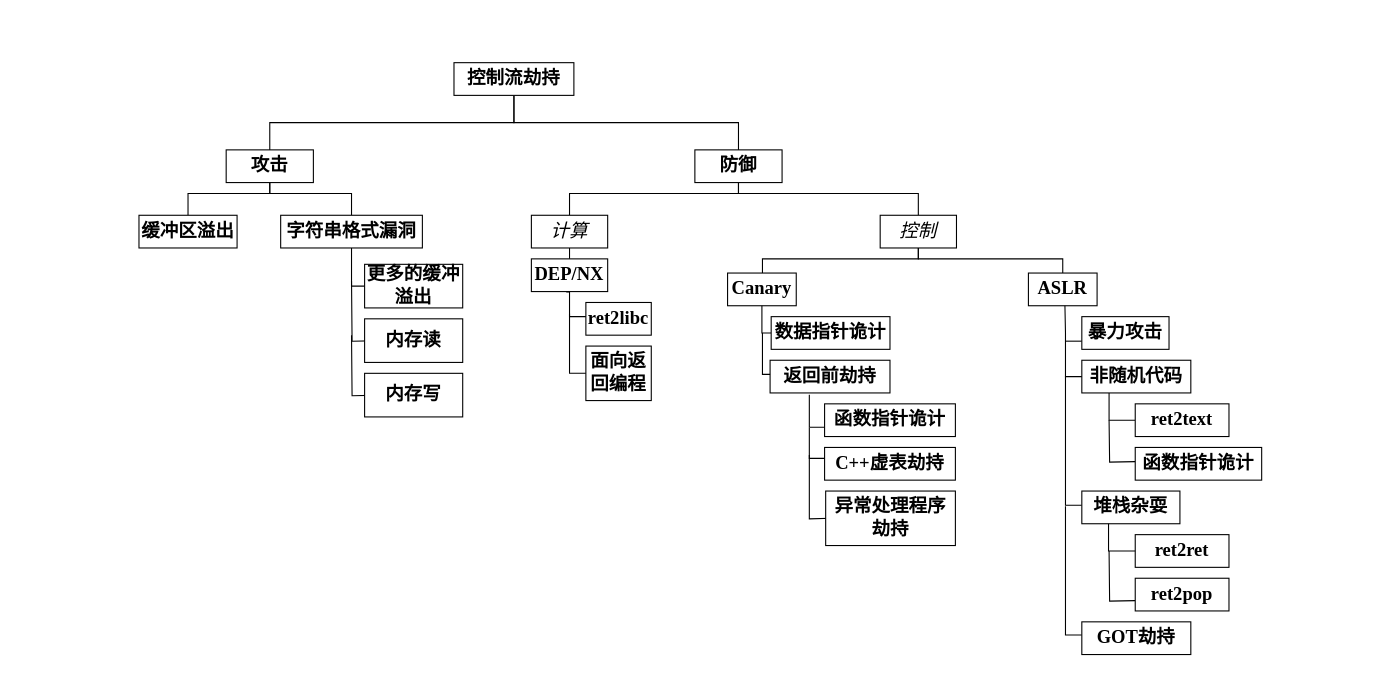
Earlier version of the draw.io diagram picture two.drawio (ZKX64/Textbook-graph). Source tidied: cells renumbered, new cells numbered last; positions are measured from the earlier drawing's top-left corner, leaving out a move shared by most shapes. Both pictures are drawn from the tidied source at 109%, with x=0, y=0 at pixel (19, 19).
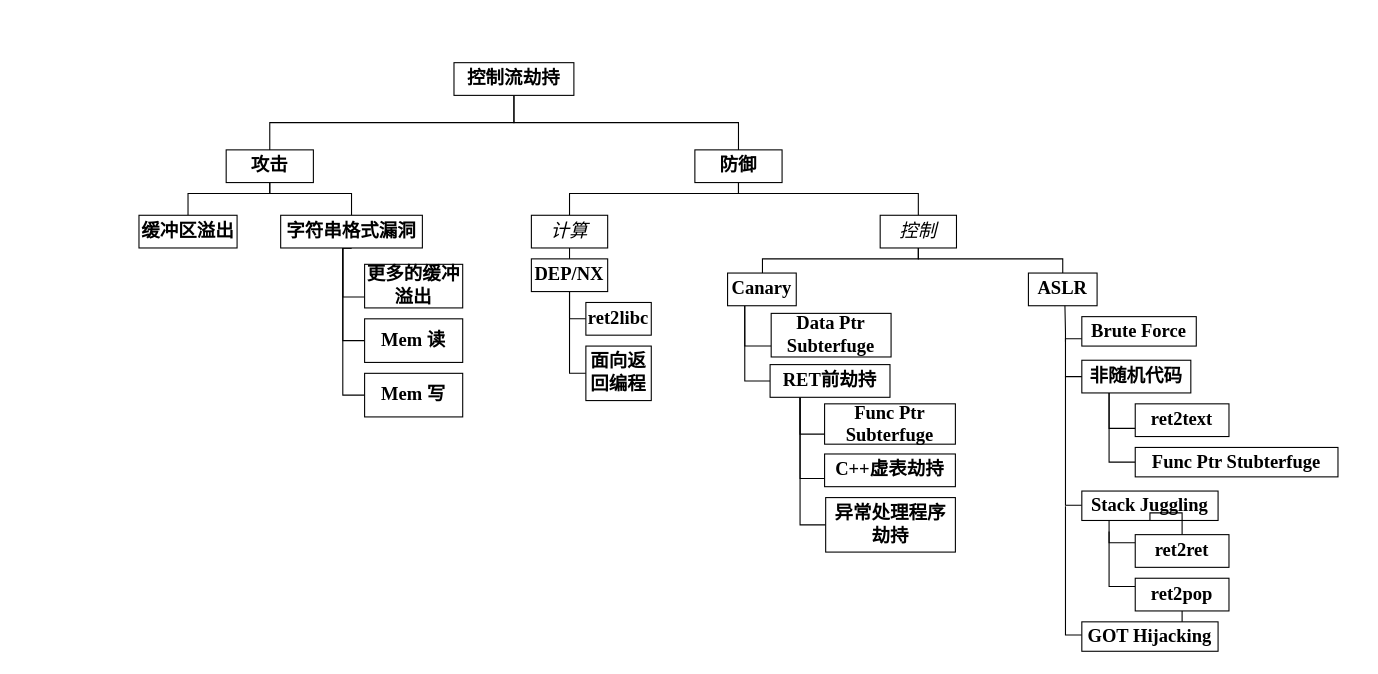
The same diagram, later.

Unchanged cells that the change refers to:
```xml
<mxCell id="12" value="&lt;b&gt;字符串格式漏洞&lt;/b&gt;" style="rounded=0;whiteSpace=wrap;html=1;fontFamily=Times New Roman;fontSize=17;" parent="1" vertex="1">
  <mxGeometry x="240" y="180" width="130" height="30" as="geometry" />
</mxCell>
<mxCell id="14" value="&lt;b&gt;更多的缓冲溢出&lt;/b&gt;" style="rounded=0;whiteSpace=wrap;html=1;fontFamily=Times New Roman;fontSize=17;" parent="1" vertex="1">
  <mxGeometry x="317" y="225" width="90" height="40" as="geometry" />
</mxCell>
<mxCell id="24" value="&lt;b&gt;DEP/NX&lt;/b&gt;" style="rounded=0;whiteSpace=wrap;html=1;fontFamily=Times New Roman;fontSize=17;" parent="1" vertex="1">
  <mxGeometry x="470" y="220" width="70" height="30" as="geometry" />
</mxCell>
<mxCell id="26" value="&lt;b&gt;Canary&lt;/b&gt;" style="rounded=0;whiteSpace=wrap;html=1;fontFamily=Times New Roman;fontSize=17;" parent="1" vertex="1">
  <mxGeometry x="650" y="233" width="63" height="30" as="geometry" />
</mxCell>
<mxCell id="28" value="&lt;b&gt;ret2libc&lt;/b&gt;" style="rounded=0;whiteSpace=wrap;html=1;fontFamily=Times New Roman;fontSize=17;" parent="1" vertex="1">
  <mxGeometry x="520" y="260" width="60" height="30" as="geometry" />
</mxCell>
<mxCell id="30" value="&lt;b&gt;面向返回编程&lt;/b&gt;" style="rounded=0;whiteSpace=wrap;html=1;fontFamily=Times New Roman;fontSize=17;" parent="1" vertex="1">
  <mxGeometry x="520" y="300" width="60" height="50" as="geometry" />
</mxCell>
<mxCell id="42" value="&lt;b&gt;非随机代码&lt;/b&gt;" style="rounded=0;whiteSpace=wrap;html=1;fontFamily=Times New Roman;fontSize=17;" parent="1" vertex="1">
  <mxGeometry x="975" y="313" width="100" height="30" as="geometry" />
</mxCell>
<mxCell id="44" value="&lt;b&gt;ret2text&lt;/b&gt;" style="rounded=0;whiteSpace=wrap;html=1;fontFamily=Times New Roman;fontSize=17;" parent="1" vertex="1">
  <mxGeometry x="1024" y="353" width="86" height="30" as="geometry" />
</mxCell>
<mxCell id="50" value="&lt;b&gt;ret2ret&lt;/b&gt;" style="rounded=0;whiteSpace=wrap;html=1;fontFamily=Times New Roman;fontSize=17;" parent="1" vertex="1">
  <mxGeometry x="1024" y="473" width="86" height="30" as="geometry" />
</mxCell>
<mxCell id="52" value="&lt;b&gt;ret2pop&lt;/b&gt;" style="rounded=0;whiteSpace=wrap;html=1;fontFamily=Times New Roman;fontSize=17;" parent="1" vertex="1">
  <mxGeometry x="1024" y="513" width="86" height="30" as="geometry" />
</mxCell>
```

What changed in the source:
```diff
@@
+    <mxCell id="59" style="edgeStyle=orthogonalEdgeStyle;rounded=0;jettySize=auto;html=1;exitX=0.5;exitY=1;exitDx=0;exitDy=0;entryX=0;entryY=0.75;entryDx=0;entryDy=0;strokeColor=default;fontFamily=Times New Roman;fontSize=17;endArrow=none;endFill=0;" parent="1" edge="1" source="12" target="14">
+      <mxGeometry relative="1" as="geometry">
+        <Array as="points">
+          <mxPoint x="297" y="210" />
+          <mxPoint x="297" y="255" />
+        </Array>
+      </mxGeometry>
+    </mxCell>
+    <mxCell id="60" style="edgeStyle=orthogonalEdgeStyle;rounded=0;jettySize=auto;html=1;exitX=0.5;exitY=1;exitDx=0;exitDy=0;entryX=0;entryY=0.5;entryDx=0;entryDy=0;strokeColor=default;fontFamily=Times New Roman;fontSize=17;endArrow=none;endFill=0;" parent="1" edge="1" source="12" target="16">
+      <mxGeometry relative="1" as="geometry">
+        <Array as="points">
+          <mxPoint x="297" y="210" />
+          <mxPoint x="297" y="295" />
+        </Array>
+      </mxGeometry>
+    </mxCell>
+    <mxCell id="61" style="edgeStyle=orthogonalEdgeStyle;rounded=0;jettySize=auto;html=1;exitX=0.5;exitY=1;exitDx=0;exitDy=0;entryX=0;entryY=0.5;entryDx=0;entryDy=0;strokeColor=default;fontFamily=Times New Roman;fontSize=17;endArrow=none;endFill=0;" parent="1" edge="1" source="12" target="18">
+      <mxGeometry relative="1" as="geometry">
+        <Array as="points">
+          <mxPoint x="297" y="210" />
+          <mxPoint x="297" y="345" />
+        </Array>
+      </mxGeometry>
+    </mxCell>
@@
-    <mxCell id="13" style="edgeStyle=orthogonalEdgeStyle;rounded=0;jettySize=auto;html=1;exitX=0;exitY=0.5;exitDx=0;exitDy=0;entryX=0.5;entryY=1;entryDx=0;entryDy=0;strokeColor=default;fontFamily=Times New Roman;fontSize=17;endArrow=none;endFill=0;" parent="1" edge="1" source="14" target="12">
-      <mxGeometry relative="1" as="geometry" />
-    </mxCell>
@@
-    <mxCell id="15" style="edgeStyle=orthogonalEdgeStyle;rounded=0;orthogonalLoop=1;jettySize=auto;html=1;exitX=0;exitY=0.5;exitDx=0;exitDy=0;strokeColor=default;fontFamily=Times New Roman;fontSize=17;endArrow=none;endFill=0;" parent="1" edge="1">
-      <mxGeometry relative="1" as="geometry">
-        <mxPoint x="332" y="295" as="sourcePoint" />
-        <mxPoint x="305" y="240" as="targetPoint" />
-      </mxGeometry>
-    </mxCell>
-    <mxCell id="16" value="&lt;b&gt;内存读&lt;/b&gt;" style="rounded=0;whiteSpace=wrap;html=1;fontFamily=Times New Roman;fontSize=17;" parent="1" vertex="1">
+    <mxCell id="16" value="&lt;b&gt;Mem 读&lt;/b&gt;" style="rounded=0;whiteSpace=wrap;html=1;fontFamily=Times New Roman;fontSize=17;" parent="1" vertex="1">
       <mxGeometry x="317" y="275" width="90" height="40" as="geometry" />
     </mxCell>
-    <mxCell id="17" style="edgeStyle=orthogonalEdgeStyle;rounded=0;orthogonalLoop=1;jettySize=auto;html=1;exitX=0;exitY=0.5;exitDx=0;exitDy=0;strokeColor=default;fontFamily=Times New Roman;fontSize=17;endArrow=none;endFill=0;" parent="1" edge="1">
-      <mxGeometry relative="1" as="geometry">
-        <mxPoint x="332" y="345" as="sourcePoint" />
-        <mxPoint x="305" y="290" as="targetPoint" />
-      </mxGeometry>
-    </mxCell>
-    <mxCell id="18" value="&lt;b&gt;内存写&lt;/b&gt;" style="rounded=0;whiteSpace=wrap;html=1;fontFamily=Times New Roman;fontSize=17;" parent="1" vertex="1">
+    <mxCell id="18" value="&lt;b&gt;Mem 写&lt;/b&gt;" style="rounded=0;whiteSpace=wrap;html=1;fontFamily=Times New Roman;fontSize=17;" parent="1" vertex="1">
       <mxGeometry x="317" y="325" width="90" height="40" as="geometry" />
     </mxCell>
@@
+    <mxCell id="62" style="edgeStyle=orthogonalEdgeStyle;rounded=0;jettySize=auto;html=1;exitX=0.25;exitY=1;exitDx=0;exitDy=0;entryX=0;entryY=0.5;entryDx=0;entryDy=0;strokeColor=default;fontFamily=Times New Roman;fontSize=17;endArrow=none;endFill=0;" parent="1" edge="1" source="24" target="28">
+      <mxGeometry relative="1" as="geometry">
+        <Array as="points">
+          <mxPoint x="505" y="250" />
+          <mxPoint x="505" y="275" />
+        </Array>
+      </mxGeometry>
+    </mxCell>
+    <mxCell id="63" style="edgeStyle=orthogonalEdgeStyle;rounded=0;jettySize=auto;html=1;exitX=0.5;exitY=1;exitDx=0;exitDy=0;entryX=0;entryY=0.5;entryDx=0;entryDy=0;strokeColor=default;fontFamily=Times New Roman;fontSize=17;endArrow=none;endFill=0;" parent="1" edge="1" source="24" target="30">
+      <mxGeometry relative="1" as="geometry">
+        <Array as="points">
+          <mxPoint x="505" y="325" />
+        </Array>
+      </mxGeometry>
+    </mxCell>
@@
+    <mxCell id="64" style="edgeStyle=orthogonalEdgeStyle;rounded=0;jettySize=auto;html=1;exitX=0.25;exitY=1;exitDx=0;exitDy=0;entryX=0;entryY=0.75;entryDx=0;entryDy=0;strokeColor=default;fontFamily=Times New Roman;fontSize=17;endArrow=none;endFill=0;" parent="1" edge="1" source="26" target="56">
+      <mxGeometry relative="1" as="geometry" />
+    </mxCell>
+    <mxCell id="65" style="edgeStyle=orthogonalEdgeStyle;rounded=0;jettySize=auto;html=1;exitX=0.25;exitY=1;exitDx=0;exitDy=0;entryX=0;entryY=0.5;entryDx=0;entryDy=0;strokeColor=default;fontFamily=Times New Roman;fontSize=17;endArrow=none;endFill=0;" parent="1" edge="1" source="26" target="32">
+      <mxGeometry relative="1" as="geometry" />
+    </mxCell>
@@
-    <mxCell id="27" style="edgeStyle=orthogonalEdgeStyle;rounded=0;orthogonalLoop=1;jettySize=auto;html=1;exitX=0;exitY=0.5;exitDx=0;exitDy=0;entryX=0.386;entryY=1.078;entryDx=0;entryDy=0;entryPerimeter=0;strokeColor=default;fontFamily=Times New Roman;fontSize=17;endArrow=none;endFill=0;" parent="1" edge="1">
-      <mxGeometry relative="1" as="geometry">
-        <mxPoint x="525" y="273" as="sourcePoint" />
-        <mxPoint x="502" y="250.3" as="targetPoint" />
-        <Array as="points">
-          <mxPoint x="505" y="273" />
-          <mxPoint x="505" y="250" />
-        </Array>
-      </mxGeometry>
-    </mxCell>
@@
-    <mxCell id="29" style="edgeStyle=orthogonalEdgeStyle;rounded=0;orthogonalLoop=1;jettySize=auto;html=1;exitX=0;exitY=0.5;exitDx=0;exitDy=0;strokeColor=default;fontFamily=Times New Roman;fontSize=17;endArrow=none;endFill=0;" parent="1" edge="1">
-      <mxGeometry relative="1" as="geometry">
-        <mxPoint x="535" y="325" as="sourcePoint" />
-        <mxPoint x="505" y="270" as="targetPoint" />
-        <Array as="points">
-          <mxPoint x="505" y="325" />
-        </Array>
-      </mxGeometry>
-    </mxCell>
@@
-    <mxCell id="31" style="edgeStyle=orthogonalEdgeStyle;rounded=0;orthogonalLoop=1;jettySize=auto;html=1;exitX=0;exitY=0.5;exitDx=0;exitDy=0;strokeColor=default;fontFamily=Times New Roman;fontSize=17;endArrow=none;endFill=0;" parent="1" edge="1">
-      <mxGeometry relative="1" as="geometry">
-        <mxPoint x="691" y="326" as="sourcePoint" />
-        <mxPoint x="682" y="288" as="targetPoint" />
-      </mxGeometry>
-    </mxCell>
+    <mxCell id="66" style="edgeStyle=orthogonalEdgeStyle;rounded=0;jettySize=auto;html=1;exitX=0.25;exitY=1;exitDx=0;exitDy=0;entryX=0;entryY=0.75;entryDx=0;entryDy=0;strokeColor=default;fontFamily=Times New Roman;fontSize=17;endArrow=none;endFill=0;" parent="1" edge="1" source="32" target="34">
+      <mxGeometry relative="1" as="geometry" />
+    </mxCell>
+    <mxCell id="67" style="edgeStyle=orthogonalEdgeStyle;rounded=0;jettySize=auto;html=1;exitX=0.25;exitY=1;exitDx=0;exitDy=0;entryX=0;entryY=0.75;entryDx=0;entryDy=0;strokeColor=default;fontFamily=Times New Roman;fontSize=17;endArrow=none;endFill=0;" parent="1" edge="1" source="32" target="36">
+      <mxGeometry relative="1" as="geometry" />
+    </mxCell>
+    <mxCell id="68" style="edgeStyle=orthogonalEdgeStyle;rounded=0;jettySize=auto;html=1;exitX=0.25;exitY=1;exitDx=0;exitDy=0;entryX=0;entryY=0.5;entryDx=0;entryDy=0;strokeColor=default;fontFamily=Times New Roman;fontSize=17;endArrow=none;endFill=0;" parent="1" edge="1" source="32" target="38">
+      <mxGeometry relative="1" as="geometry" />
+    </mxCell>
-    <mxCell id="32" value="&lt;b&gt;返回前劫持&lt;/b&gt;" style="rounded=0;whiteSpace=wrap;html=1;fontFamily=Times New Roman;fontSize=17;" parent="1" vertex="1">
-      <mxGeometry x="689" y="313" width="110" height="30" as="geometry" />
+    <mxCell id="32" value="&lt;b&gt;RET前劫持&lt;/b&gt;" style="rounded=0;whiteSpace=wrap;html=1;fontFamily=Times New Roman;fontSize=17;" parent="1" vertex="1">
+      <mxGeometry x="689" y="317" width="110" height="30" as="geometry" />
     </mxCell>
-    <mxCell id="33" style="edgeStyle=orthogonalEdgeStyle;rounded=0;orthogonalLoop=1;jettySize=auto;html=1;exitX=0;exitY=0.75;exitDx=0;exitDy=0;entryX=0.327;entryY=1.089;entryDx=0;entryDy=0;entryPerimeter=0;strokeColor=default;fontFamily=Times New Roman;fontSize=17;endArrow=none;endFill=0;" parent="1" edge="1">
-      <mxGeometry relative="1" as="geometry">
-        <mxPoint x="739" y="374.5" as="sourcePoint" />
-        <mxPoint x="725" y="344.7" as="targetPoint" />
-      </mxGeometry>
-    </mxCell>
-    <mxCell id="34" value="&lt;b&gt;函数指针诡计&lt;/b&gt;" style="rounded=0;whiteSpace=wrap;html=1;fontFamily=Times New Roman;fontSize=17;" parent="1" vertex="1">
-      <mxGeometry x="739" y="353" width="120" height="30" as="geometry" />
+    <mxCell id="34" value="&lt;b&gt;Func Ptr Subterfuge&lt;/b&gt;" style="rounded=0;whiteSpace=wrap;html=1;fontFamily=Times New Roman;fontSize=17;" parent="1" vertex="1">
+      <mxGeometry x="739" y="353" width="120" height="37" as="geometry" />
     </mxCell>
-    <mxCell id="35" style="edgeStyle=orthogonalEdgeStyle;rounded=0;orthogonalLoop=1;jettySize=auto;html=1;exitX=0;exitY=0.5;exitDx=0;exitDy=0;strokeColor=default;fontFamily=Times New Roman;fontSize=17;endArrow=none;endFill=0;" parent="1" edge="1">
-      <mxGeometry relative="1" as="geometry">
-        <mxPoint x="744" y="403" as="sourcePoint" />
-        <mxPoint x="725" y="375" as="targetPoint" />
-      </mxGeometry>
-    </mxCell>
     <mxCell id="36" value="&lt;b&gt;C++虚表劫持&lt;/b&gt;" style="rounded=0;whiteSpace=wrap;html=1;fontFamily=Times New Roman;fontSize=17;" parent="1" vertex="1">
-      <mxGeometry x="739" y="393" width="120" height="30" as="geometry" />
+      <mxGeometry x="739" y="399" width="120" height="30" as="geometry" />
     </mxCell>
-    <mxCell id="37" style="edgeStyle=orthogonalEdgeStyle;rounded=0;orthogonalLoop=1;jettySize=auto;html=1;exitX=0;exitY=0.5;exitDx=0;exitDy=0;strokeColor=default;fontFamily=Times New Roman;fontSize=17;endArrow=none;endFill=0;" parent="1" edge="1">
-      <mxGeometry relative="1" as="geometry">
-        <mxPoint x="745" y="458" as="sourcePoint" />
-        <mxPoint x="725" y="400" as="targetPoint" />
-      </mxGeometry>
-    </mxCell>
     <mxCell id="38" value="&lt;b&gt;异常处理程序劫持&lt;/b&gt;" style="rounded=0;whiteSpace=wrap;html=1;fontFamily=Times New Roman;fontSize=17;" parent="1" vertex="1">
-      <mxGeometry x="740" y="433" width="119" height="50" as="geometry" />
+      <mxGeometry x="740" y="439" width="119" height="50" as="geometry" />
     </mxCell>
@@
-    <mxCell id="40" value="&lt;b&gt;暴力攻击&lt;/b&gt;" style="rounded=0;whiteSpace=wrap;html=1;fontFamily=Times New Roman;fontSize=17;" parent="1" vertex="1">
-      <mxGeometry x="975" y="273" width="80" height="30" as="geometry" />
+    <mxCell id="40" value="&lt;b&gt;Brute Force&lt;/b&gt;" style="rounded=0;whiteSpace=wrap;html=1;fontFamily=Times New Roman;fontSize=17;" parent="1" vertex="1">
+      <mxGeometry x="975" y="273" width="105" height="27" as="geometry" />
     </mxCell>
@@
+    <mxCell id="69" style="edgeStyle=orthogonalEdgeStyle;rounded=0;jettySize=auto;html=1;exitX=0.25;exitY=1;exitDx=0;exitDy=0;entryX=0;entryY=0.75;entryDx=0;entryDy=0;strokeColor=default;fontFamily=Times New Roman;fontSize=17;endArrow=none;endFill=0;" parent="1" edge="1" source="42" target="44">
+      <mxGeometry relative="1" as="geometry" />
+    </mxCell>
+    <mxCell id="70" style="edgeStyle=orthogonalEdgeStyle;rounded=0;jettySize=auto;html=1;exitX=0.25;exitY=1;exitDx=0;exitDy=0;entryX=0;entryY=0.5;entryDx=0;entryDy=0;strokeColor=default;fontFamily=Times New Roman;fontSize=17;endArrow=none;endFill=0;" parent="1" edge="1" source="42" target="46">
+      <mxGeometry relative="1" as="geometry" />
+    </mxCell>
@@
-    <mxCell id="43" style="edgeStyle=orthogonalEdgeStyle;rounded=0;jettySize=auto;html=1;exitX=0;exitY=0.5;exitDx=0;exitDy=0;entryX=0.25;entryY=1;entryDx=0;entryDy=0;strokeColor=default;fontFamily=Times New Roman;fontSize=17;endArrow=none;endFill=0;" parent="1" edge="1" source="44" target="42">
-      <mxGeometry relative="1" as="geometry" />
-    </mxCell>
@@
-    <mxCell id="45" style="edgeStyle=orthogonalEdgeStyle;rounded=0;orthogonalLoop=1;jettySize=auto;html=1;exitX=0;exitY=0.5;exitDx=0;exitDy=0;strokeColor=default;fontFamily=Times New Roman;fontSize=17;endArrow=none;endFill=0;" parent="1" edge="1">
-      <mxGeometry relative="1" as="geometry">
-        <mxPoint x="1024" y="406" as="sourcePoint" />
-        <mxPoint x="1000" y="368" as="targetPoint" />
-      </mxGeometry>
-    </mxCell>
-    <mxCell id="46" value="&lt;b&gt;函数指针诡计&lt;/b&gt;" style="rounded=0;whiteSpace=wrap;html=1;fontFamily=Times New Roman;fontSize=17;" parent="1" vertex="1">
-      <mxGeometry x="1024" y="393" width="116" height="30" as="geometry" />
+    <mxCell id="46" value="&lt;b&gt;Func Ptr Stubterfuge&lt;/b&gt;" style="rounded=0;whiteSpace=wrap;html=1;fontFamily=Times New Roman;fontSize=17;" parent="1" vertex="1">
+      <mxGeometry x="1024" y="393" width="186" height="27" as="geometry" />
     </mxCell>
@@
+    <mxCell id="71" style="edgeStyle=orthogonalEdgeStyle;rounded=0;jettySize=auto;html=1;exitX=0.25;exitY=1;exitDx=0;exitDy=0;entryX=0;entryY=0.25;entryDx=0;entryDy=0;strokeColor=default;fontFamily=Times New Roman;fontSize=17;endArrow=none;endFill=0;" parent="1" edge="1" source="48" target="52">
+      <mxGeometry relative="1" as="geometry">
+        <Array as="points">
+          <mxPoint x="1000" y="460" />
+          <mxPoint x="1000" y="521" />
+        </Array>
+      </mxGeometry>
+    </mxCell>
-    <mxCell id="48" value="&lt;b&gt;堆栈杂耍&lt;/b&gt;" style="rounded=0;whiteSpace=wrap;html=1;fontFamily=Times New Roman;fontSize=17;" parent="1" vertex="1">
-      <mxGeometry x="975" y="433" width="90" height="30" as="geometry" />
+    <mxCell id="48" value="&lt;b&gt;Stack Juggling&lt;/b&gt;" style="rounded=0;whiteSpace=wrap;html=1;fontFamily=Times New Roman;fontSize=17;" parent="1" vertex="1">
+      <mxGeometry x="975" y="433" width="125" height="27" as="geometry" />
     </mxCell>
-    <mxCell id="49" style="edgeStyle=orthogonalEdgeStyle;rounded=0;orthogonalLoop=1;jettySize=auto;html=1;exitX=0;exitY=0.5;exitDx=0;exitDy=0;entryX=0.25;entryY=1;entryDx=0;entryDy=0;strokeColor=default;fontFamily=Times New Roman;fontSize=17;endArrow=none;endFill=0;" parent="1" edge="1">
-      <mxGeometry relative="1" as="geometry">
-        <mxPoint x="1026" y="488" as="sourcePoint" />
-        <mxPoint x="999.5" y="463" as="targetPoint" />
-      </mxGeometry>
-    </mxCell>
+    <mxCell id="72" style="edgeStyle=orthogonalEdgeStyle;rounded=0;jettySize=auto;html=1;exitX=0;exitY=0.25;exitDx=0;exitDy=0;strokeColor=default;fontFamily=Times New Roman;fontSize=17;endArrow=none;endFill=0;" parent="1" edge="1" source="50">
+      <mxGeometry relative="1" as="geometry">
+        <mxPoint x="1000" y="470" as="targetPoint" />
+      </mxGeometry>
+    </mxCell>
+    <mxCell id="73" style="edgeStyle=orthogonalEdgeStyle;rounded=0;jettySize=auto;html=1;strokeColor=default;fontFamily=Times New Roman;fontSize=17;endArrow=none;endFill=0;" parent="1" edge="1" source="50" target="48">
+      <mxGeometry relative="1" as="geometry" />
+    </mxCell>
@@
-    <mxCell id="51" style="edgeStyle=orthogonalEdgeStyle;rounded=0;orthogonalLoop=1;jettySize=auto;html=1;exitX=0;exitY=0.75;exitDx=0;exitDy=0;strokeColor=default;fontFamily=Times New Roman;fontSize=17;endArrow=none;endFill=0;" parent="1" edge="1">
-      <mxGeometry relative="1" as="geometry">
-        <mxPoint x="1024" y="533.5" as="sourcePoint" />
-        <mxPoint x="1000" y="488" as="targetPoint" />
-      </mxGeometry>
-    </mxCell>
+    <mxCell id="74" style="edgeStyle=orthogonalEdgeStyle;rounded=0;jettySize=auto;html=1;strokeColor=default;fontFamily=Times New Roman;fontSize=17;endArrow=none;endFill=0;" parent="1" edge="1" source="52" target="54">
+      <mxGeometry relative="1" as="geometry" />
+    </mxCell>
@@
-    <mxCell id="54" value="&lt;b&gt;GOT劫持&lt;/b&gt;" style="rounded=0;whiteSpace=wrap;html=1;fontFamily=Times New Roman;fontSize=17;" parent="1" vertex="1">
-      <mxGeometry x="975" y="553" width="100" height="30" as="geometry" />
+    <mxCell id="54" value="&lt;b&gt;GOT Hijacking&lt;/b&gt;" style="rounded=0;whiteSpace=wrap;html=1;fontFamily=Times New Roman;fontSize=17;" parent="1" vertex="1">
+      <mxGeometry x="975" y="553" width="125" height="27" as="geometry" />
     </mxCell>
-    <mxCell id="55" style="edgeStyle=orthogonalEdgeStyle;rounded=0;jettySize=auto;html=1;exitX=0;exitY=0.5;exitDx=0;exitDy=0;entryX=0.5;entryY=1;entryDx=0;entryDy=0;strokeColor=default;fontFamily=Times New Roman;fontSize=17;endArrow=none;endFill=0;" parent="1" edge="1" source="56" target="26">
-      <mxGeometry relative="1" as="geometry" />
-    </mxCell>
-    <mxCell id="56" value="&lt;b&gt;数据指针诡计&lt;/b&gt;" style="rounded=0;whiteSpace=wrap;html=1;fontFamily=Times New Roman;fontSize=17;" parent="1" vertex="1">
-      <mxGeometry x="690" y="273" width="109" height="30" as="geometry" />
+    <mxCell id="56" value="&lt;b&gt;Data Ptr Subterfuge&lt;/b&gt;" style="rounded=0;whiteSpace=wrap;html=1;fontFamily=Times New Roman;fontSize=17;" parent="1" vertex="1">
+      <mxGeometry x="690" y="270" width="110" height="40" as="geometry" />
     </mxCell>
```
